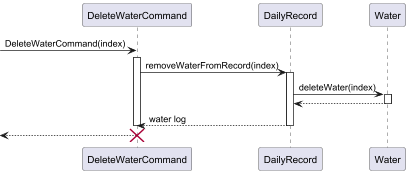
Above: docs/images/deleteWaterSequenceDiagram.png in nus-cs2113-AY2425S1/tp (PlantUML), before the change.
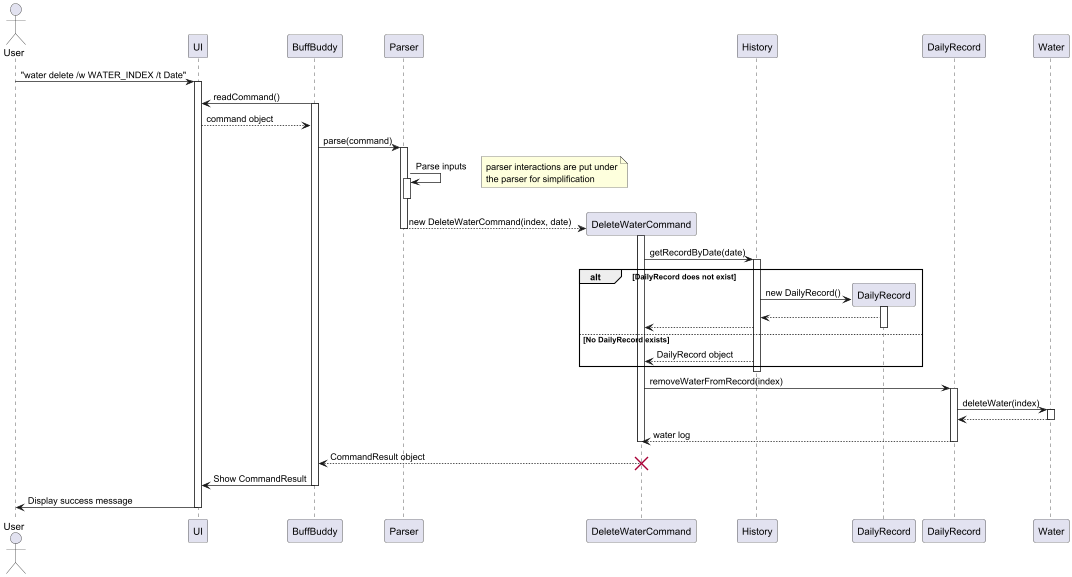
The same diagram one commit later.

Commit message:
Make full seq diagram for felete and view water

Diff of the diagram source:
```diff
@@ -1,24 +1,71 @@
 @startuml
 
-participant "DeleteWaterCommand" as DeleteCmd
+actor User
+participant "UI" as UI
+participant "BuffBuddy" as BB
+participant "Parser" as Parser
+participant "DeleteWaterCommand" as Cmd
+participant "History" as History
 participant "DailyRecord" as DailyRec
 
-create DeleteCmd
--> DeleteCmd : DeleteWaterCommand(index)
-activate DeleteCmd
-DeleteCmd -> DailyRec: removeWaterFromRecord(index)
-activate DailyRec
+User -> UI: "water delete /w WATER_INDEX /t Date"
+activate UI
+BB -> UI: readCommand()
+activate BB
+UI --> BB: command object
+BB -> Parser: parse(command)
+activate Parser
+Parser -> Parser : Parse inputs
+note right
+parser interactions are put under
+the parser for simplification
+end note
+activate Parser
+deactivate Parser
+create Cmd
+Parser --> Cmd: new DeleteWaterCommand(index, date)
+deactivate Parser
 
-DailyRec -> Water: deleteWater(index)
+activate Cmd
+
+Cmd -> History: getRecordByDate(date)
+activate History
+
+alt DailyRecord does not exist
+  create DailyRec
+  History -> DailyRec: new DailyRecord()
+  activate DailyRec
+  DailyRec --> History
+  History --> Cmd
+  deactivate DailyRec
+else No DailyRecord exists
+  History --> Cmd: DailyRecord object
+end
+deactivate History
+
+activate Cmd
+Cmd -> DailyRecord: removeWaterFromRecord(index)
+activate DailyRecord
+
+DailyRecord -> Water: deleteWater(index)
 activate Water
-Water --> DailyRec
+Water --> DailyRecord
 deactivate Water
 
-DailyRec --> DeleteCmd: water log
-deactivate DailyRec
+DailyRecord --> Cmd: water log
+deactivate DailyRecord
 
-deactivate DeleteCmd
-<-- DeleteCmd :
-destroy DeleteCmd
+deactivate Cmd
+
+
+Cmd --> BB: CommandResult object
+deactivate Cmd
+destroy Cmd
+
+BB -> UI: Show CommandResult
+deactivate BB
+
+UI -> User: Display success message
+deactivate UI
 
 @enduml
```
